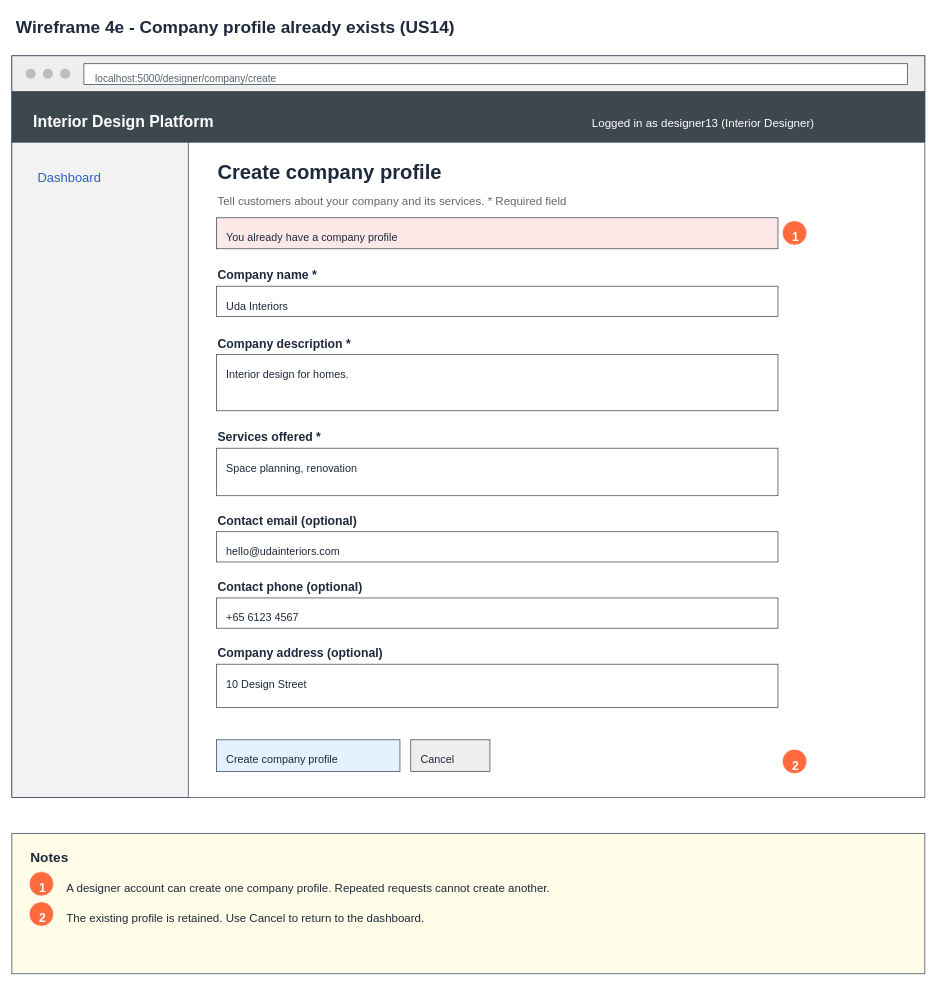
Earlier version of the draw.io diagram page "4e Wireframe - Existing profile" (6 of 8) of Sprint_2/US14 - Create Company Profile/US14 Create company profile.drawio (Hanzxc/CSIT314-ARCHSS). Source tidied: cells renumbered, new cells numbered last; positions are measured from the earlier drawing's top-left corner, leaving out a move shared by most shapes. Both pictures are drawn from the tidied source at 72%, with x=0, y=0 at pixel (12, 12).
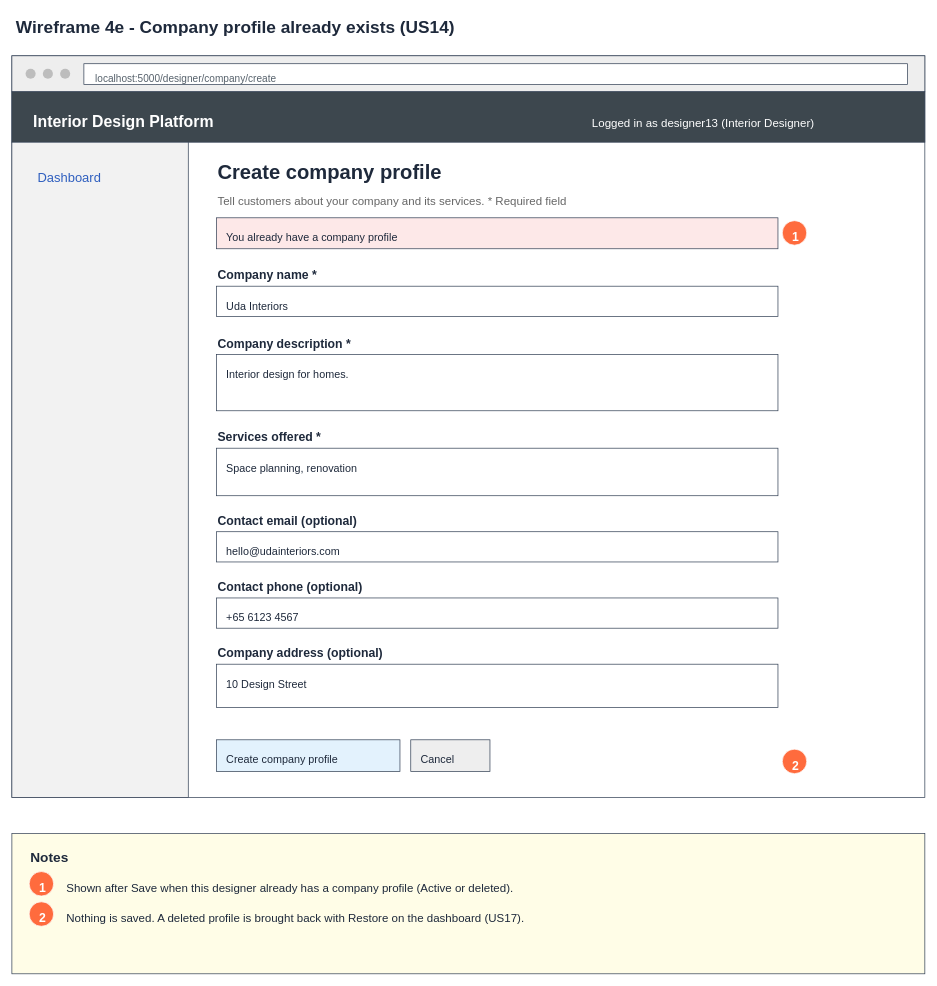
Above is the later version.

Diff of the diagram source:
```diff
@@
-    <mxCell id="49" value="A designer account can create one company profile. Repeated requests cannot create another." style="text;html=0;align=left;verticalAlign=top;fontSize=16;fontStyle=0;fontColor=#1e293b;" parent="1" vertex="1">
+    <mxCell id="49" value="Shown after Save when this designer already has a company profile (Active or deleted)." style="text;html=0;align=left;verticalAlign=top;fontSize=16;fontStyle=0;fontColor=#1e293b;" parent="1" vertex="1">
       <mxGeometry x="74" y="1201" width="1160" height="23" as="geometry" />
     </mxCell>
@@
-    <mxCell id="52" value="The existing profile is retained. Use Cancel to return to the dashboard." style="text;html=0;align=left;verticalAlign=top;fontSize=16;fontStyle=0;fontColor=#1e293b;" parent="1" vertex="1">
+    <mxCell id="52" value="Nothing is saved. A deleted profile is brought back with Restore on the dashboard (US17)." style="text;html=0;align=left;verticalAlign=top;fontSize=16;fontStyle=0;fontColor=#1e293b;" parent="1" vertex="1">
       <mxGeometry x="74" y="1243" width="1160" height="23" as="geometry" />
     </mxCell>
```
